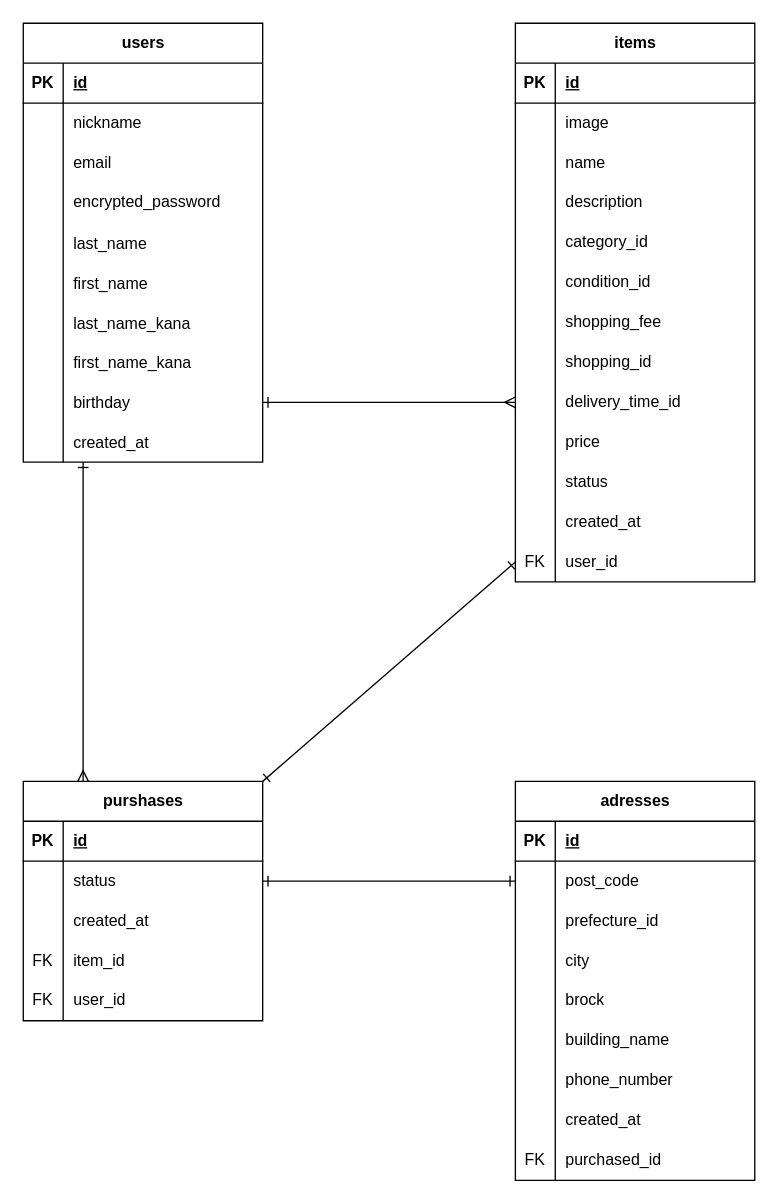
This is app/views/furima.dio from sayaka-mi/furima-42188, a draw.io file, before an edit. Source tidied: cells renumbered, new cells numbered last; positions are measured from the earlier drawing's top-left corner, leaving out a move shared by most shapes. Both pictures are drawn from the tidied source at 133%, with x=0, y=0 at pixel (23, 23).
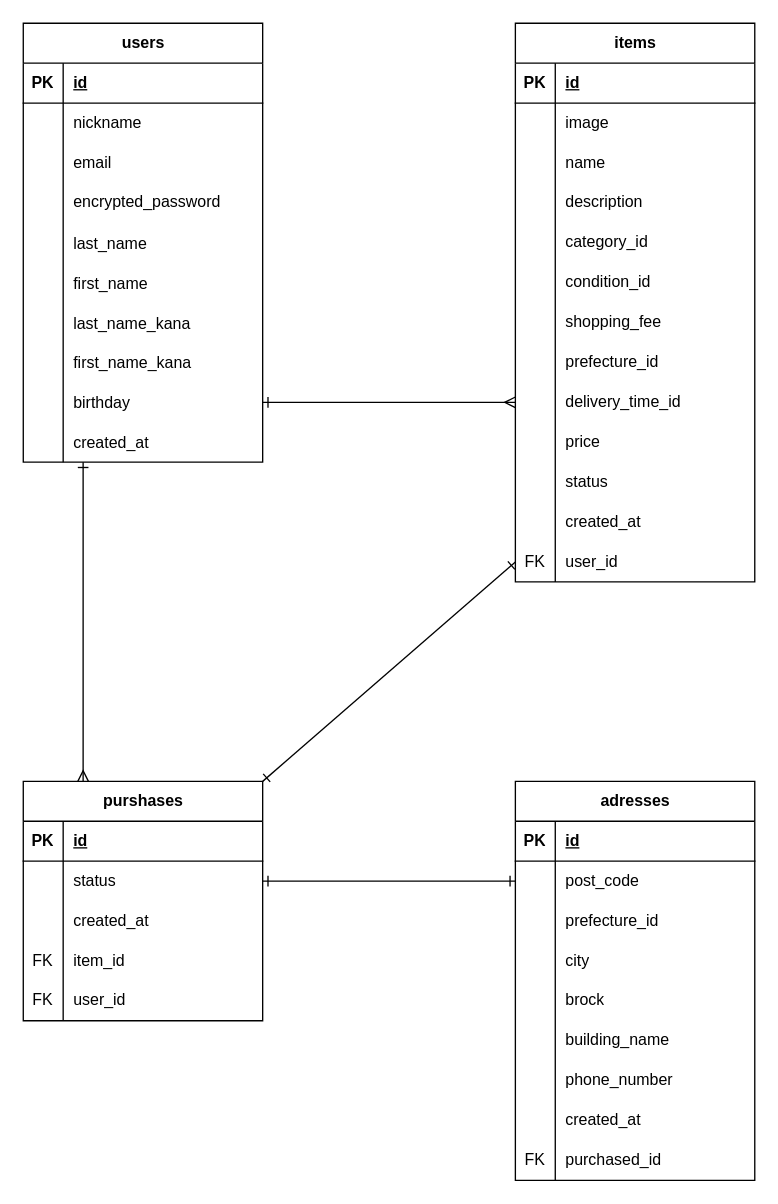
The same page after the edit.

Commit message (it also covers changes not shown here):
都道府県カラム修正

Unchanged cells that the change refers to:
```xml
<mxCell id="24" style="shape=tableRow;horizontal=0;startSize=0;swimlaneHead=0;swimlaneBody=0;fillColor=none;top=0;left=0;right=0;bottom=0;" parent="2" vertex="1">
  <mxGeometry y="240" width="180" height="30" as="geometry" />
</mxCell>
```

Diff of the diagram source:
```diff
@@
-    <mxCell id="26" value="shopping_id" style="shape=partialRectangle;fillColor=none;top=0;left=0;bottom=0;right=0;align=left;spacingLeft=6;overflow=hidden;whiteSpace=wrap;html=1;" parent="24" vertex="1">
+    <mxCell id="26" value="prefecture_id" style="shape=partialRectangle;fillColor=none;top=0;left=0;bottom=0;right=0;align=left;spacingLeft=6;overflow=hidden;whiteSpace=wrap;html=1;" parent="24" vertex="1">
       <mxGeometry x="30" width="150" height="30" as="geometry" />
     </mxCell>
```
